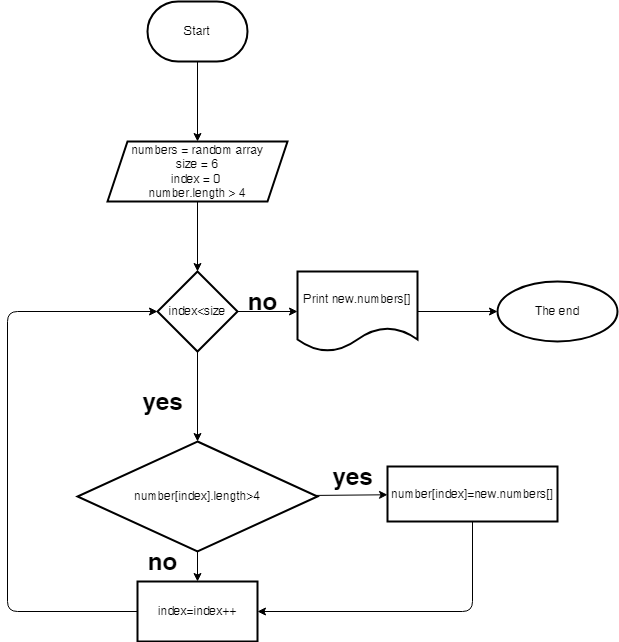
NikolaevaAleksandra/- keeps this draw.io diagram as Блок-схема.drawio.png. Above is the earlier version. Source tidied: cells renumbered, new cells last; positions are measured from the earlier drawing's top-left corner, leaving out a move shared by most shapes.
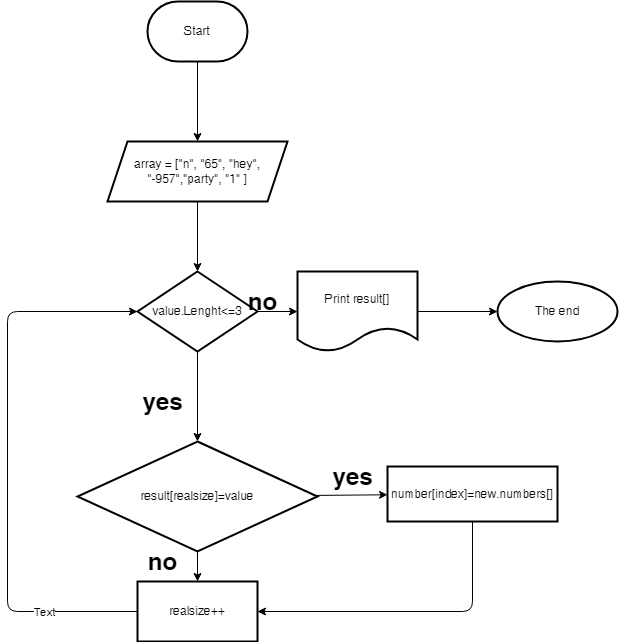
The same file after the commit.

Diff of the diagram source:
```diff
@@ -11,7 +11,7 @@
     <mxCell id="4" style="edgeStyle=none;html=1;fontSize=6;" parent="1" edge="1" source="5" target="8">
       <mxGeometry relative="1" as="geometry" />
     </mxCell>
-    <mxCell id="5" value="numbers = random array&lt;br&gt;size = 6&lt;br&gt;index = 0&amp;nbsp;&lt;br&gt;number.length &amp;gt; 4" style="shape=parallelogram;perimeter=parallelogramPerimeter;whiteSpace=wrap;html=1;fixedSize=1;strokeWidth=2;" parent="1" vertex="1">
+    <mxCell id="5" value="array = [&quot;n&quot;, &quot;65&quot;, &quot;hey&quot;, &quot;-957&quot;,&quot;party&quot;, &quot;1&quot; ]" style="shape=parallelogram;perimeter=parallelogramPerimeter;whiteSpace=wrap;html=1;fixedSize=1;strokeWidth=2;" parent="1" vertex="1">
       <mxGeometry x="100" y="140" width="180" height="60" as="geometry" />
     </mxCell>
     <mxCell id="6" style="edgeStyle=none;html=1;fontSize=6;" parent="1" edge="1" source="8" target="10">
@@ -22,13 +22,13 @@
         <mxPoint x="190" y="440" as="targetPoint" />
       </mxGeometry>
     </mxCell>
-    <mxCell id="8" value="index&amp;lt;size" style="rhombus;whiteSpace=wrap;html=1;strokeWidth=2;" parent="1" vertex="1">
-      <mxGeometry x="150" y="270" width="80" height="80" as="geometry" />
+    <mxCell id="8" value="value.Lenght&amp;lt;=3" style="rhombus;whiteSpace=wrap;html=1;strokeWidth=2;" parent="1" vertex="1">
+      <mxGeometry x="130" y="270" width="120" height="80" as="geometry" />
     </mxCell>
     <mxCell id="9" style="edgeStyle=none;html=1;fontSize=6;" parent="1" edge="1" source="10" target="22">
       <mxGeometry relative="1" as="geometry" />
     </mxCell>
-    <mxCell id="10" value="Print new.numbers[]" style="shape=document;whiteSpace=wrap;html=1;boundedLbl=1;strokeWidth=2;" parent="1" vertex="1">
+    <mxCell id="10" value="Print result[]" style="shape=document;whiteSpace=wrap;html=1;boundedLbl=1;strokeWidth=2;" parent="1" vertex="1">
       <mxGeometry x="290" y="270" width="120" height="80" as="geometry" />
     </mxCell>
     <mxCell id="11" style="edgeStyle=none;html=1;fontSize=6;" parent="1" edge="1" target="13">
@@ -44,7 +44,10 @@
         </Array>
       </mxGeometry>
     </mxCell>
+    <mxCell id="23" value="Text" style="edgeLabel;html=1;align=center;verticalAlign=middle;fontColor=#000000;" parent="12" vertex="1">
+      <mxGeometry x="-0.66" relative="1" as="geometry" />
+    </mxCell>
-    <mxCell id="13" value="index=index++" style="whiteSpace=wrap;html=1;strokeWidth=2;" parent="1" vertex="1">
+    <mxCell id="13" value="realsize++" style="whiteSpace=wrap;html=1;strokeWidth=2;" parent="1" vertex="1">
       <mxGeometry x="130" y="580" width="120" height="60" as="geometry" />
     </mxCell>
     <mxCell id="14" value="no" style="text;strokeColor=none;fillColor=none;html=1;fontSize=24;fontStyle=1;verticalAlign=middle;align=center;" parent="1" vertex="1">
@@ -59,7 +62,7 @@
     <mxCell id="17" style="edgeStyle=none;html=1;fontSize=6;" parent="1" edge="1" source="18" target="20">
       <mxGeometry relative="1" as="geometry" />
     </mxCell>
-    <mxCell id="18" value="number[index].length&amp;gt;4" style="rhombus;whiteSpace=wrap;html=1;strokeWidth=2;" parent="1" vertex="1">
+    <mxCell id="18" value="result[realsize]=value" style="rhombus;whiteSpace=wrap;html=1;strokeWidth=2;" parent="1" vertex="1">
       <mxGeometry x="70" y="440" width="240" height="110" as="geometry" />
     </mxCell>
     <mxCell id="19" style="edgeStyle=none;html=1;entryX=1;entryY=0.5;entryDx=0;entryDy=0;fontSize=6;" parent="1" edge="1" source="20" target="13">
```
